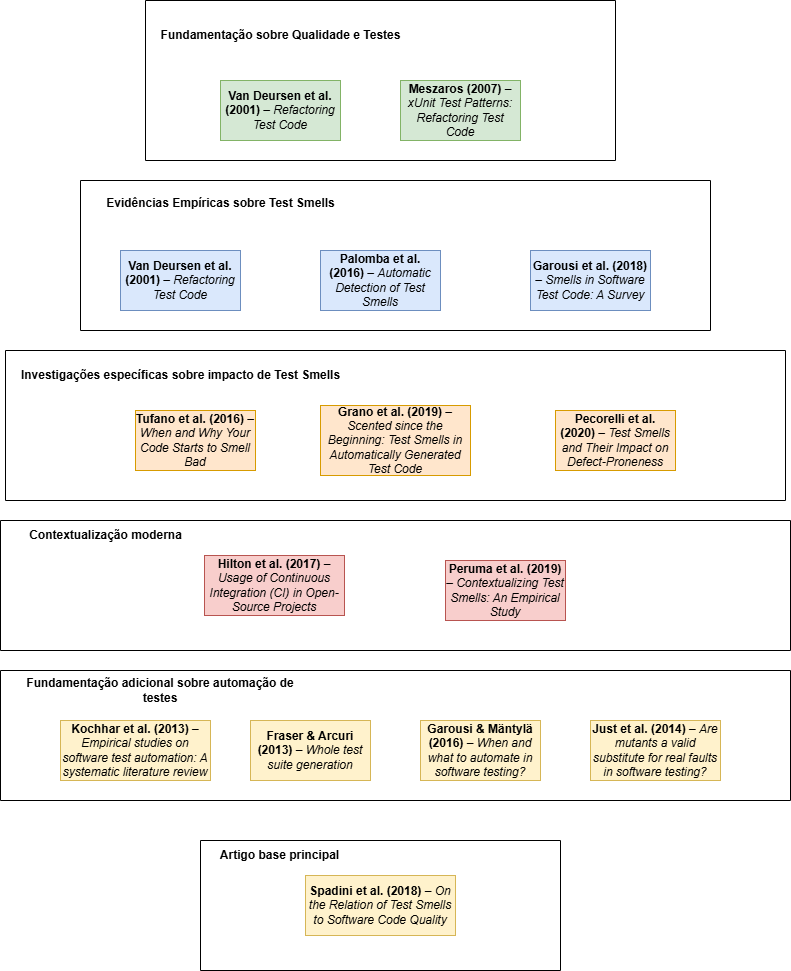
friche11/imagem-tis-pesquisa keeps this draw.io diagram as Arvore de Artigos.png. Above is the earlier version. Source tidied: cells renumbered, new cells last; positions are measured from the earlier drawing's top-left corner, leaving out a move shared by most shapes.
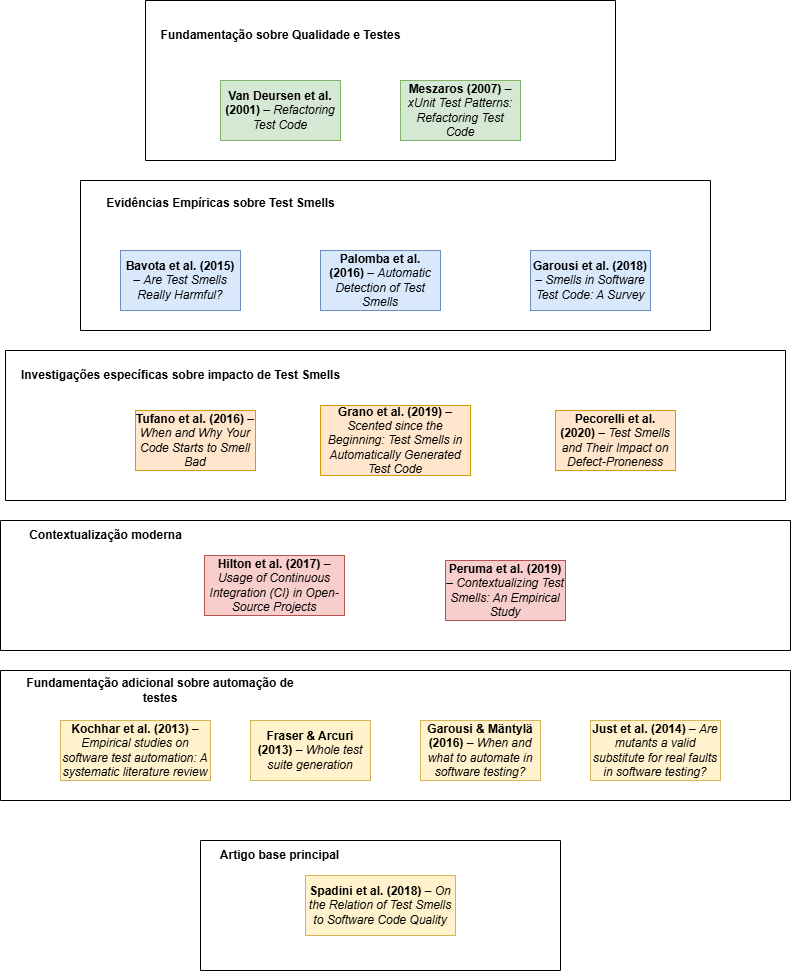
After the change.

Commit message:
GQM e árvore de artigos atualizados

Diff of the diagram source:
```diff
@@ -8,7 +8,7 @@
     <mxCell id="3" value="&lt;strong&gt;Meszaros (2007)&lt;/strong&gt; – &lt;em&gt;xUnit Test Patterns: Refactoring Test Code&lt;/em&gt;" style="rounded=0;whiteSpace=wrap;html=1;fillColor=#d5e8d4;strokeColor=#82b366;" parent="1" vertex="1">
       <mxGeometry x="400" y="80" width="120" height="60" as="geometry" />
     </mxCell>
-    <mxCell id="4" value="&lt;strong&gt;Van Deursen et al. (2001)&lt;/strong&gt; – &lt;em&gt;Refactoring Test Code&lt;/em&gt;" style="rounded=0;whiteSpace=wrap;html=1;fillColor=#dae8fc;strokeColor=#6c8ebf;" parent="1" vertex="1">
+    <mxCell id="4" value="&lt;strong&gt;Bavota et al. (2015)&lt;/strong&gt; – &lt;em&gt;Are Test Smells Really Harmful?&lt;/em&gt;" style="rounded=0;whiteSpace=wrap;html=1;fillColor=#dae8fc;strokeColor=#6c8ebf;" parent="1" vertex="1">
       <mxGeometry x="120" y="250" width="120" height="60" as="geometry" />
     </mxCell>
     <mxCell id="5" value="&lt;strong&gt;Palomba et al. (2016)&lt;/strong&gt; – &lt;em&gt;Automatic Detection of Test Smells&lt;/em&gt;" style="rounded=0;whiteSpace=wrap;html=1;fillColor=#dae8fc;strokeColor=#6c8ebf;" parent="1" vertex="1">
```
